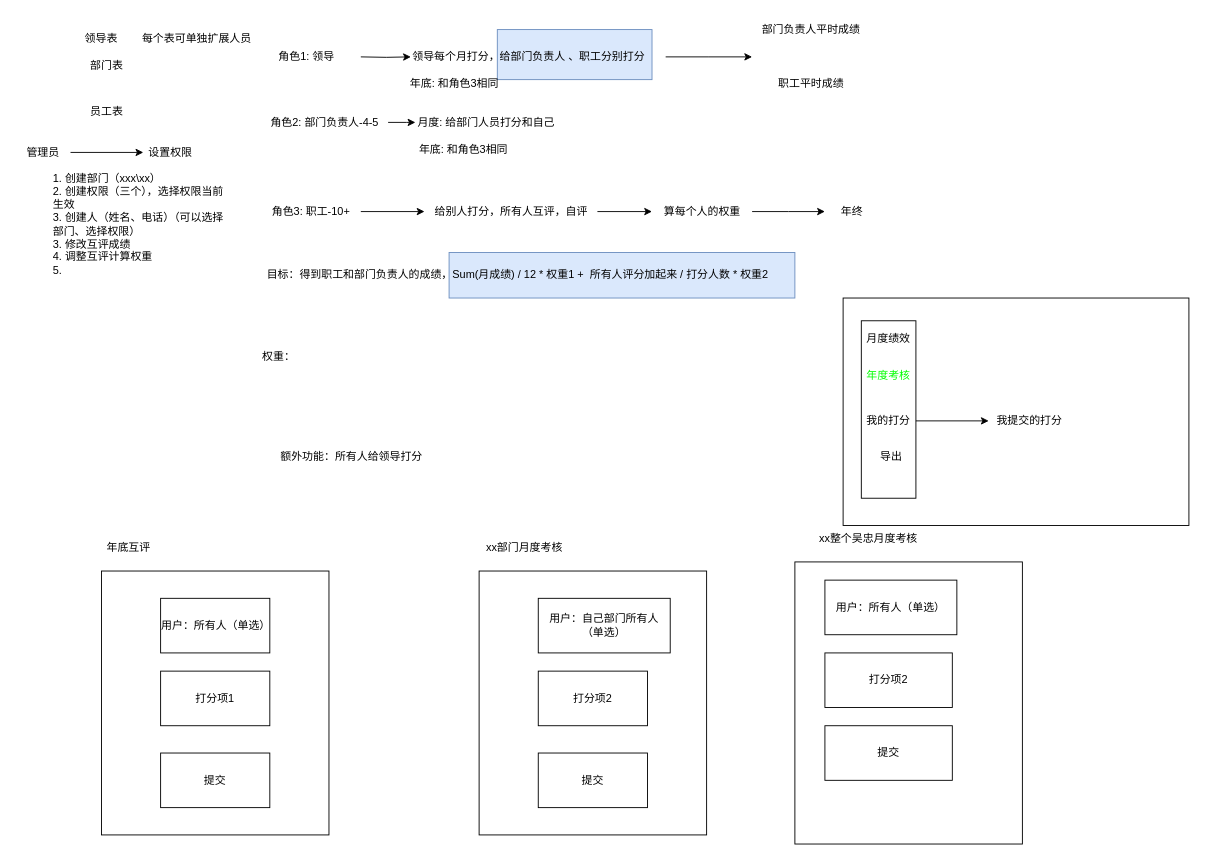
Earlier version of the draw.io diagram 未命名绘图.drawio (vaclock/dio-dir). Source tidied: cells renumbered, new cells numbered last; positions are measured from the earlier drawing's top-left corner, leaving out a move shared by most shapes. Both pictures are drawn from the tidied source at 91%, with x=0, y=0 at pixel (15, 15).
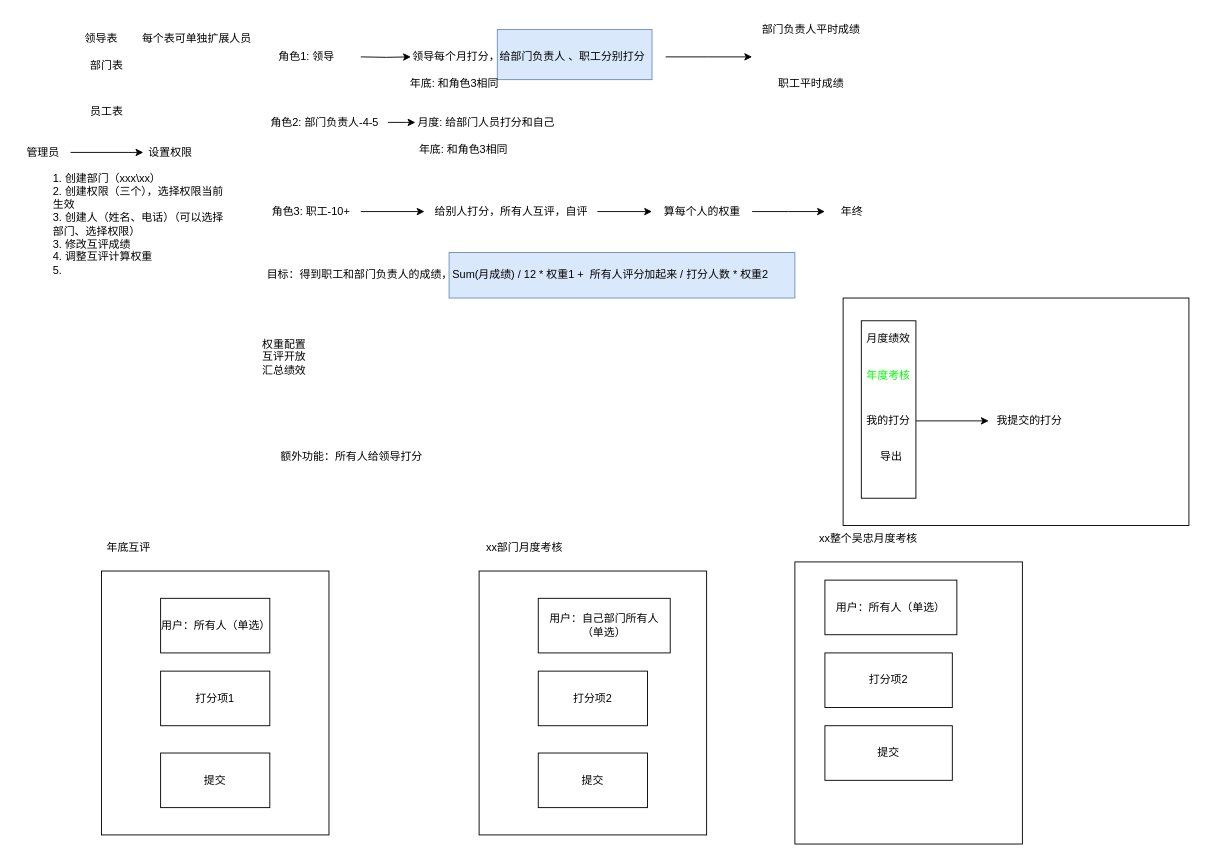
Above is the later version.

Commit message:
更新未命名绘图.drawio

The edit, as a diff of the source:
```diff
@@
-    <mxCell id="30" value="权重：" style="text;html=1;align=left;verticalAlign=middle;whiteSpace=wrap;rounded=0;" parent="1" vertex="1">
+    <mxCell id="30" value="权重配置&lt;div&gt;互评开放&lt;/div&gt;&lt;div&gt;汇总绩效&lt;/div&gt;" style="text;html=1;align=left;verticalAlign=middle;whiteSpace=wrap;rounded=0;" parent="1" vertex="1">
       <mxGeometry x="269" y="360" width="190" height="30" as="geometry" />
     </mxCell>
```
